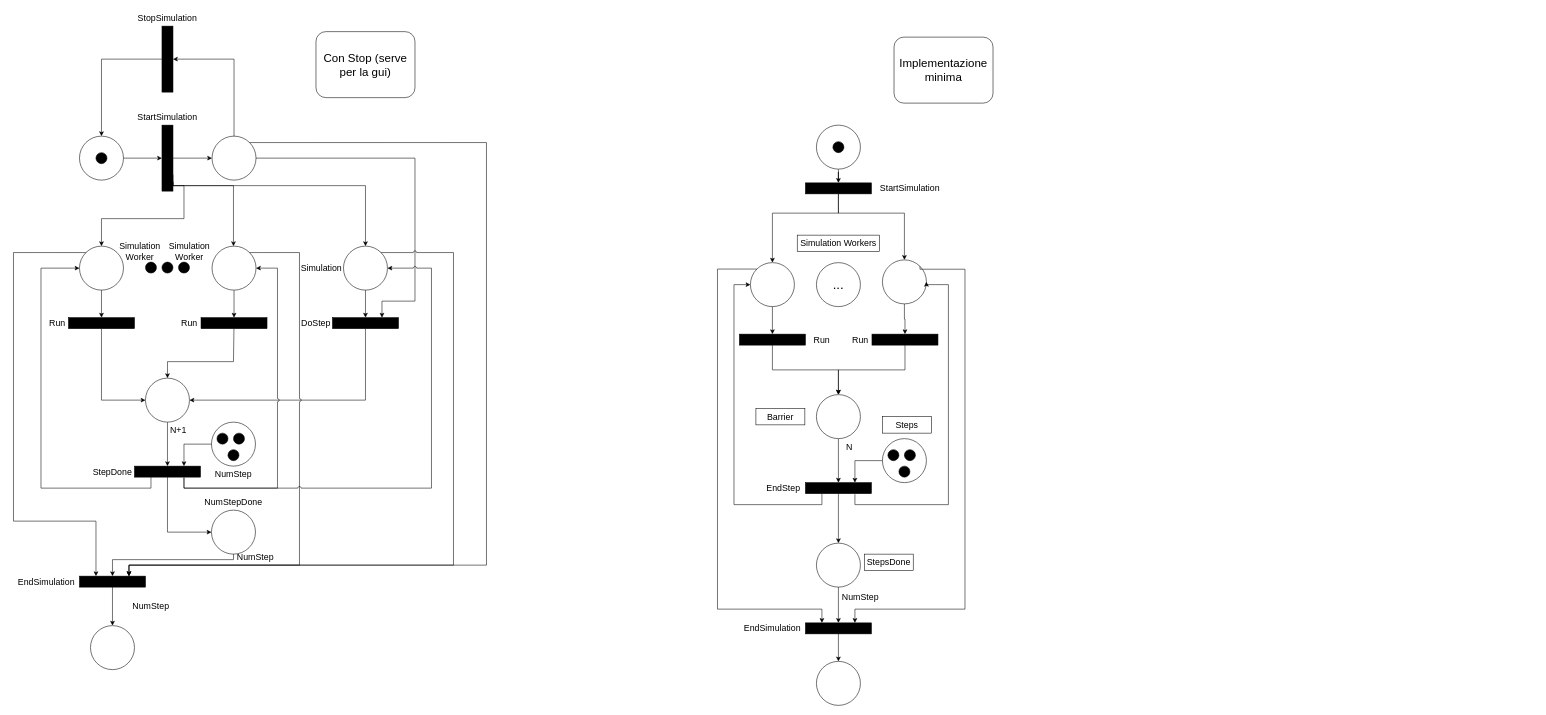
The draw.io diagram page "petrinet" (2 of 3) of PCD_ASS01.drawio in zucchero-sintattico/PCD-ASS02-23-24, before the edit. Source tidied: cells renumbered, new cells numbered last; positions are measured from the earlier drawing's top-left corner, leaving out a move shared by most shapes. Both pictures are drawn from the tidied source at 55%, with x=0, y=0 at pixel (13, 9).
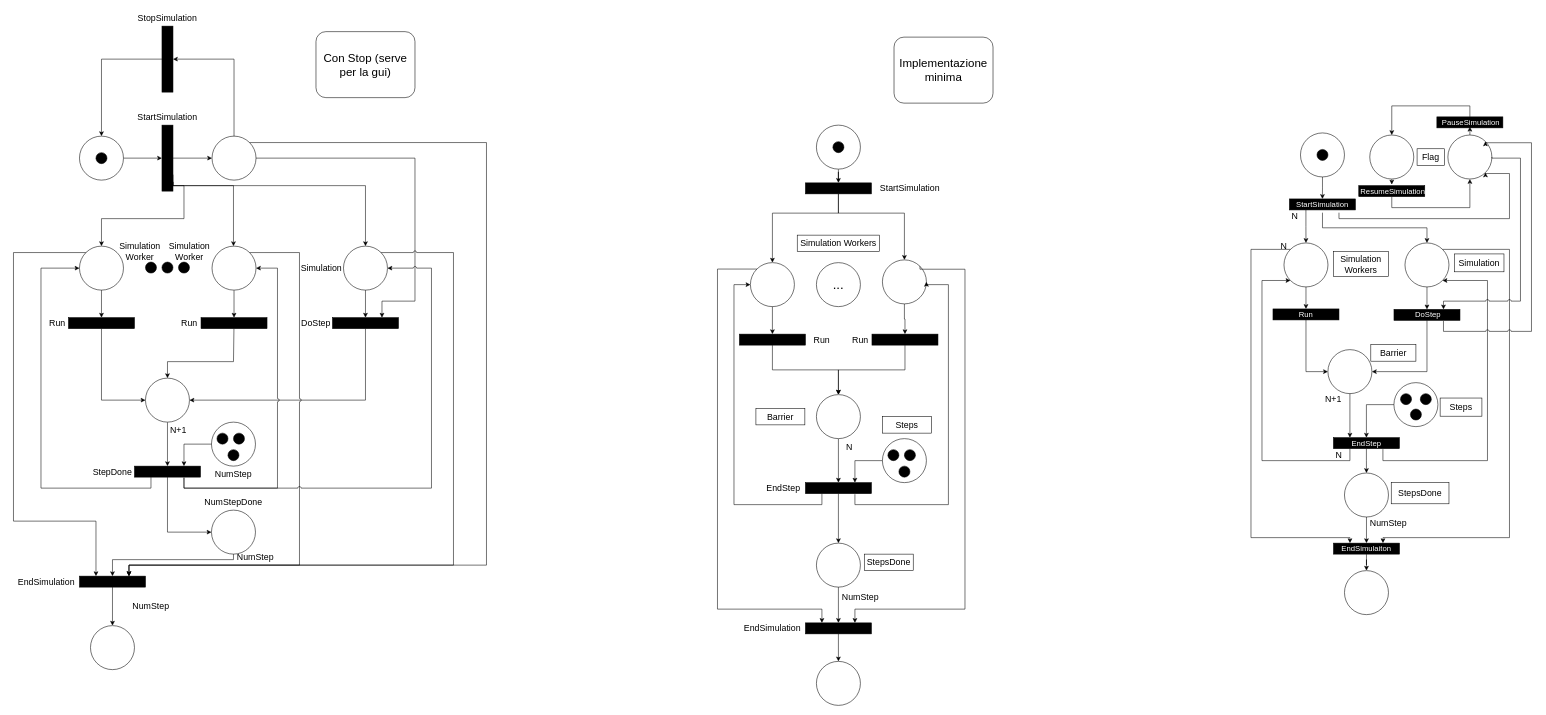
The same page after the edit.

What changed in the source:
```diff
@@
+    <mxCell id="112" style="edgeStyle=orthogonalEdgeStyle;rounded=0;jettySize=auto;html=1;" parent="1" edge="1" source="113" target="118">
+      <mxGeometry relative="1" as="geometry" />
+    </mxCell>
+    <mxCell id="113" style="ellipse;whiteSpace=wrap;html=1;" parent="1" vertex="1">
+      <mxGeometry x="2340" y="224.2" width="80" height="80" as="geometry" />
+    </mxCell>
+    <mxCell id="114" style="ellipse;whiteSpace=wrap;html=1;fillColor=#000000;" parent="1" vertex="1">
+      <mxGeometry x="2370" y="254.2" width="20" height="20" as="geometry" />
+    </mxCell>
+    <mxCell id="115" style="edgeStyle=orthogonalEdgeStyle;rounded=0;jettySize=auto;html=1;entryX=1;entryY=1;entryDx=0;entryDy=0;exitX=1;exitY=1;exitDx=0;exitDy=0;" parent="1" edge="1" source="119" target="120">
+      <mxGeometry relative="1" as="geometry">
+        <Array as="points">
+          <mxPoint x="2410" y="380" />
+          <mxPoint x="2720" y="380" />
+          <mxPoint x="2720" y="298" />
+        </Array>
+      </mxGeometry>
+    </mxCell>
+    <mxCell id="116" style="edgeStyle=orthogonalEdgeStyle;rounded=0;jettySize=auto;html=1;exitX=0.5;exitY=1;exitDx=0;exitDy=0;entryX=0.5;entryY=0;entryDx=0;entryDy=0;" parent="1" edge="1" source="119" target="123">
+      <mxGeometry relative="1" as="geometry" />
+    </mxCell>
+    <mxCell id="117" style="edgeStyle=orthogonalEdgeStyle;rounded=0;jettySize=auto;html=1;exitX=1;exitY=0.75;exitDx=0;exitDy=0;exitPerimeter=0;entryX=0.5;entryY=0;entryDx=0;entryDy=0;" parent="1" edge="1" source="118" target="121">
+      <mxGeometry relative="1" as="geometry" />
+    </mxCell>
+    <mxCell id="118" style="rounded=0;whiteSpace=wrap;html=1;fillColor=#000000;points=[[0,0,0,0,0],[0,0.25,0,0,0],[0,0.5,0,0,0],[0,0.58,0,-8,0],[0,0.75,0,0,0],[0,1,0,0,0],[0.25,0,0,0,0],[0.25,1,0,0,0],[0.5,0,0,0,0],[0.5,1,0,0,0],[0.75,0,0,0,0],[0.75,1,0,0,0],[1,0,0,0,0],[1,0.25,0,1,0],[1,0.5,0,0,0],[1,0.75,0,0,0],[1,0.86,0,0,0],[1,1,0,0,0]];rotation=90;" parent="1" vertex="1">
+      <mxGeometry x="2369.9" y="294.2" width="20" height="120" as="geometry" />
+    </mxCell>
+    <mxCell id="119" value="&lt;font color=&quot;#ffffff&quot; style=&quot;font-size: 14px;&quot;&gt;StartSimulation&lt;/font&gt;" style="text;html=1;align=center;verticalAlign=middle;whiteSpace=wrap;rounded=0;fillColor=none;" parent="1" vertex="1">
+      <mxGeometry x="2350" y="339.2" width="60" height="30" as="geometry" />
+    </mxCell>
+    <mxCell id="120" style="ellipse;whiteSpace=wrap;html=1;" parent="1" vertex="1">
+      <mxGeometry x="2608" y="228" width="80" height="80" as="geometry" />
+    </mxCell>
+    <mxCell id="121" style="ellipse;whiteSpace=wrap;html=1;" parent="1" vertex="1">
+      <mxGeometry x="2310" y="424.2" width="80" height="80" as="geometry" />
+    </mxCell>
+    <mxCell id="122" style="edgeStyle=orthogonalEdgeStyle;rounded=0;jettySize=auto;html=1;exitX=0.5;exitY=1;exitDx=0;exitDy=0;entryX=0;entryY=0.5;entryDx=0;entryDy=0;entryPerimeter=0;" parent="1" edge="1" source="123" target="131">
+      <mxGeometry relative="1" as="geometry" />
+    </mxCell>
+    <mxCell id="123" style="ellipse;whiteSpace=wrap;html=1;" parent="1" vertex="1">
+      <mxGeometry x="2530" y="424.2" width="80" height="80" as="geometry" />
+    </mxCell>
+    <mxCell id="124" style="edgeStyle=orthogonalEdgeStyle;rounded=0;jettySize=auto;html=1;exitX=0;exitY=0.5;exitDx=0;exitDy=0;exitPerimeter=0;entryX=0.5;entryY=1;entryDx=0;entryDy=0;" parent="1" edge="1" source="125" target="120">
+      <mxGeometry relative="1" as="geometry" />
+    </mxCell>
+    <mxCell id="125" style="rounded=0;whiteSpace=wrap;html=1;fillColor=#000000;points=[[0,0,0,0,0],[0,0.25,0,0,0],[0,0.5,0,0,0],[0,0.58,0,-8,0],[0,0.75,0,0,0],[0,1,0,0,0],[0.25,0,0,0,0],[0.25,1,0,0,0],[0.5,0,0,0,0],[0.5,1,0,0,0],[0.75,0,0,0,0],[0.75,1,0,0,0],[1,0,0,0,0],[1,0.25,0,1,0],[1,0.5,0,0,0],[1,0.75,0,0,0],[1,0.86,0,0,0],[1,1,0,0,0]];rotation=-90;" parent="1" vertex="1">
+      <mxGeometry x="2496" y="270" width="20" height="120" as="geometry" />
+    </mxCell>
+    <mxCell id="126" style="ellipse;whiteSpace=wrap;html=1;" parent="1" vertex="1">
+      <mxGeometry x="2466" y="228" width="80" height="80" as="geometry" />
+    </mxCell>
+    <mxCell id="127" style="edgeStyle=orthogonalEdgeStyle;rounded=0;jettySize=auto;html=1;exitX=1;exitY=0.5;exitDx=0;exitDy=0;exitPerimeter=0;entryX=0;entryY=0.5;entryDx=0;entryDy=0;" parent="1" edge="1" source="128" target="133">
+      <mxGeometry relative="1" as="geometry" />
+    </mxCell>
+    <mxCell id="128" style="rounded=0;whiteSpace=wrap;html=1;fillColor=#000000;points=[[0,0,0,0,0],[0,0.25,0,0,0],[0,0.5,0,0,0],[0,0.58,0,-8,0],[0,0.75,0,0,0],[0,1,0,0,0],[0.25,0,0,0,0],[0.25,1,0,0,0],[0.5,0,0,0,0],[0.5,1,0,0,0],[0.75,0,0,0,0],[0.75,1,0,0,0],[1,0,0,0,0],[1,0.25,0,1,0],[1,0.5,0,0,0],[1,0.75,0,0,0],[1,0.86,0,0,0],[1,1,0,0,0]];rotation=90;" parent="1" vertex="1">
+      <mxGeometry x="2340" y="494.2" width="20" height="120" as="geometry" />
+    </mxCell>
+    <mxCell id="129" value="&lt;font color=&quot;#ffffff&quot; style=&quot;font-size: 14px;&quot;&gt;Run&lt;/font&gt;" style="text;html=1;align=center;verticalAlign=middle;whiteSpace=wrap;rounded=0;fillColor=none;" parent="1" vertex="1">
+      <mxGeometry x="2320" y="539.2" width="60" height="30" as="geometry" />
+    </mxCell>
+    <mxCell id="130" style="edgeStyle=orthogonalEdgeStyle;rounded=0;jettySize=auto;html=1;exitX=1;exitY=0.5;exitDx=0;exitDy=0;exitPerimeter=0;entryX=1;entryY=0.5;entryDx=0;entryDy=0;" parent="1" edge="1" source="131" target="133">
+      <mxGeometry relative="1" as="geometry" />
+    </mxCell>
+    <mxCell id="131" style="rounded=0;whiteSpace=wrap;html=1;fillColor=#000000;points=[[0,0,0,0,0],[0,0.25,0,0,0],[0,0.5,0,0,0],[0,0.58,0,-8,0],[0,0.75,0,0,0],[0,1,0,0,0],[0.25,0,0,0,0],[0.25,1,0,0,0],[0.5,0,0,0,0],[0.5,1,0,0,0],[0.75,0,0,0,0],[0.75,1,0,0,0],[1,0,0,0,0],[1,0.25,0,1,0],[1,0.5,0,0,0],[1,0.75,0,0,0],[1,0.86,0,0,0],[1,1,0,0,0]];rotation=90;" parent="1" vertex="1">
+      <mxGeometry x="2560" y="495" width="20" height="120" as="geometry" />
+    </mxCell>
+    <mxCell id="132" style="edgeStyle=orthogonalEdgeStyle;rounded=0;jettySize=auto;html=1;entryX=0;entryY=0.5;entryDx=0;entryDy=0;entryPerimeter=0;" parent="1" edge="1" source="121" target="128">
+      <mxGeometry relative="1" as="geometry" />
+    </mxCell>
+    <mxCell id="133" style="ellipse;whiteSpace=wrap;html=1;" parent="1" vertex="1">
+      <mxGeometry x="2389.9" y="618.2" width="80" height="80" as="geometry" />
+    </mxCell>
+    <mxCell id="134" style="edgeStyle=orthogonalEdgeStyle;rounded=0;jettySize=auto;html=1;entryX=0.5;entryY=0;entryDx=0;entryDy=0;" parent="1" edge="1" source="137" target="142">
+      <mxGeometry relative="1" as="geometry" />
+    </mxCell>
+    <mxCell id="135" style="edgeStyle=orthogonalEdgeStyle;rounded=0;jettySize=auto;html=1;exitX=1;exitY=0.75;exitDx=0;exitDy=0;exitPerimeter=0;entryX=0;entryY=1;entryDx=0;entryDy=0;" parent="1" edge="1" source="137" target="121">
+      <mxGeometry relative="1" as="geometry">
+        <Array as="points">
+          <mxPoint x="2430" y="820" />
+          <mxPoint x="2270" y="820" />
+          <mxPoint x="2270" y="493" />
+        </Array>
+      </mxGeometry>
+    </mxCell>
+    <mxCell id="136" style="edgeStyle=orthogonalEdgeStyle;rounded=0;jettySize=auto;html=1;exitX=1;exitY=0.25;exitDx=1;exitDy=0;exitPerimeter=0;entryX=1;entryY=1;entryDx=0;entryDy=0;" parent="1" edge="1" source="137" target="123">
+      <mxGeometry relative="1" as="geometry">
+        <Array as="points">
+          <mxPoint x="2490" y="820" />
+          <mxPoint x="2680" y="820" />
+          <mxPoint x="2680" y="493" />
+        </Array>
+      </mxGeometry>
+    </mxCell>
+    <mxCell id="137" style="rounded=0;whiteSpace=wrap;html=1;fillColor=#000000;points=[[0,0,0,0,0],[0,0.25,0,0,0],[0,0.5,0,0,0],[0,0.58,0,-8,0],[0,0.75,0,0,0],[0,1,0,0,0],[0.25,0,0,0,0],[0.25,1,0,0,0],[0.5,0,0,0,0],[0.5,1,0,0,0],[0.75,0,0,0,0],[0.75,1,0,0,0],[1,0,0,0,0],[1,0.25,0,1,0],[1,0.5,0,0,0],[1,0.75,0,0,0],[1,0.86,0,0,0],[1,1,0,0,0]];rotation=90;" parent="1" vertex="1">
+      <mxGeometry x="2449.9" y="728.2" width="20" height="120" as="geometry" />
+    </mxCell>
+    <mxCell id="138" style="edgeStyle=orthogonalEdgeStyle;rounded=0;jettySize=auto;html=1;entryX=0;entryY=0.75;entryDx=0;entryDy=0;entryPerimeter=0;" parent="1" edge="1" source="133" target="137">
+      <mxGeometry relative="1" as="geometry" />
+    </mxCell>
+    <mxCell id="139" style="ellipse;whiteSpace=wrap;html=1;" parent="1" vertex="1">
+      <mxGeometry x="2509.9" y="678.2" width="80" height="80" as="geometry" />
+    </mxCell>
+    <mxCell id="140" style="edgeStyle=orthogonalEdgeStyle;rounded=0;jettySize=auto;html=1;entryX=0;entryY=0.5;entryDx=0;entryDy=0;entryPerimeter=0;" parent="1" edge="1" source="139" target="137">
+      <mxGeometry relative="1" as="geometry">
+        <Array as="points">
+          <mxPoint x="2459.9" y="718.2" />
+        </Array>
+      </mxGeometry>
+    </mxCell>
+    <mxCell id="141" style="edgeStyle=orthogonalEdgeStyle;rounded=0;jettySize=auto;html=1;exitX=0.5;exitY=1;exitDx=0;exitDy=0;" parent="1" edge="1" source="142" target="144">
+      <mxGeometry relative="1" as="geometry" />
+    </mxCell>
+    <mxCell id="142" style="ellipse;whiteSpace=wrap;html=1;" parent="1" vertex="1">
+      <mxGeometry x="2420" y="842.5" width="80" height="80" as="geometry" />
+    </mxCell>
+    <mxCell id="143" style="edgeStyle=orthogonalEdgeStyle;rounded=0;jettySize=auto;html=1;" parent="1" edge="1" source="144" target="146">
+      <mxGeometry relative="1" as="geometry" />
+    </mxCell>
+    <mxCell id="144" style="rounded=0;whiteSpace=wrap;html=1;fillColor=#000000;points=[[0,0,0,0,0],[0,0.25,0,0,0],[0,0.5,0,0,0],[0,0.58,0,-8,0],[0,0.75,0,0,0],[0,1,0,0,0],[0.25,0,0,0,0],[0.25,1,0,0,0],[0.5,0,0,0,0],[0.5,1,0,0,0],[0.75,0,0,0,0],[0.75,1,0,0,0],[1,0,0,0,0],[1,0.25,0,1,0],[1,0.5,0,0,0],[1,0.75,0,0,0],[1,0.86,0,0,0],[1,1,0,0,0]];rotation=90;" parent="1" vertex="1">
+      <mxGeometry x="2450" y="920" width="20" height="120" as="geometry" />
+    </mxCell>
+    <mxCell id="145" style="edgeStyle=orthogonalEdgeStyle;rounded=0;jettySize=auto;html=1;exitX=0;exitY=0;exitDx=0;exitDy=0;entryX=0;entryY=0.75;entryDx=0;entryDy=0;entryPerimeter=0;" parent="1" edge="1" source="121" target="144">
+      <mxGeometry relative="1" as="geometry">
+        <Array as="points">
+          <mxPoint x="2250" y="436" />
+          <mxPoint x="2250" y="960" />
+          <mxPoint x="2430" y="960" />
+        </Array>
+      </mxGeometry>
+    </mxCell>
+    <mxCell id="146" style="ellipse;whiteSpace=wrap;html=1;" parent="1" vertex="1">
+      <mxGeometry x="2420" y="1020" width="80" height="80" as="geometry" />
+    </mxCell>
+    <mxCell id="147" value="&lt;font color=&quot;#ffffff&quot; style=&quot;font-size: 14px;&quot;&gt;EndStep&lt;/font&gt;" style="text;html=1;align=center;verticalAlign=middle;whiteSpace=wrap;rounded=0;fillColor=none;" parent="1" vertex="1">
+      <mxGeometry x="2429.9" y="773.2" width="60" height="30" as="geometry" />
+    </mxCell>
+    <mxCell id="148" value="&lt;font color=&quot;#ffffff&quot; style=&quot;font-size: 14px;&quot;&gt;EndSimulaiton&lt;/font&gt;" style="text;html=1;align=center;verticalAlign=middle;whiteSpace=wrap;rounded=0;fillColor=none;" parent="1" vertex="1">
+      <mxGeometry x="2430" y="965" width="60" height="30" as="geometry" />
+    </mxCell>
+    <mxCell id="149" style="ellipse;whiteSpace=wrap;html=1;fillColor=#000000;" parent="1" vertex="1">
+      <mxGeometry x="2521.9" y="698.2" width="20" height="20" as="geometry" />
+    </mxCell>
+    <mxCell id="150" style="ellipse;whiteSpace=wrap;html=1;fillColor=#000000;" parent="1" vertex="1">
+      <mxGeometry x="2557.9" y="698.2" width="20" height="20" as="geometry" />
+    </mxCell>
+    <mxCell id="151" style="ellipse;whiteSpace=wrap;html=1;fillColor=#000000;" parent="1" vertex="1">
+      <mxGeometry x="2539.9" y="726.2" width="20" height="20" as="geometry" />
+    </mxCell>
+    <mxCell id="152" value="&lt;span style=&quot;font-size: 16px;&quot;&gt;N&lt;/span&gt;" style="text;html=1;align=center;verticalAlign=middle;whiteSpace=wrap;rounded=0;" parent="1" vertex="1">
+      <mxGeometry x="2300" y="360" width="60" height="30" as="geometry" />
+    </mxCell>
+    <mxCell id="153" value="&lt;span style=&quot;font-size: 16px;&quot;&gt;N+1&lt;/span&gt;" style="text;html=1;align=center;verticalAlign=middle;whiteSpace=wrap;rounded=0;" parent="1" vertex="1">
+      <mxGeometry x="2369.9" y="693.2" width="60" height="30" as="geometry" />
+    </mxCell>
+    <mxCell id="154" value="&lt;span style=&quot;font-size: 16px;&quot;&gt;N&lt;/span&gt;" style="text;html=1;align=center;verticalAlign=middle;whiteSpace=wrap;rounded=0;" parent="1" vertex="1">
+      <mxGeometry x="2379.8" y="794.2" width="60" height="30" as="geometry" />
+    </mxCell>
+    <mxCell id="155" value="&lt;span style=&quot;font-size: 16px;&quot;&gt;NumStep&lt;/span&gt;" style="text;html=1;align=center;verticalAlign=middle;whiteSpace=wrap;rounded=0;" parent="1" vertex="1">
+      <mxGeometry x="2470.1" y="919.2" width="59.8" height="28.2" as="geometry" />
+    </mxCell>
+    <mxCell id="156" value="&lt;span style=&quot;font-size: 16px;&quot;&gt;N&lt;/span&gt;" style="text;html=1;align=center;verticalAlign=middle;whiteSpace=wrap;rounded=0;" parent="1" vertex="1">
+      <mxGeometry x="2280" y="414.2" width="60" height="30" as="geometry" />
+    </mxCell>
+    <mxCell id="157" value="&lt;span style=&quot;font-size: 16px;&quot;&gt;Simulation&lt;/span&gt;" style="text;html=1;align=center;verticalAlign=middle;whiteSpace=wrap;rounded=0;fillColor=none;strokeColor=default;" parent="1" vertex="1">
+      <mxGeometry x="2620" y="444.2" width="90" height="32.5" as="geometry" />
+    </mxCell>
+    <mxCell id="158" value="&lt;font style=&quot;font-size: 16px;&quot;&gt;Barrier&lt;/font&gt;" style="text;html=1;align=center;verticalAlign=middle;whiteSpace=wrap;rounded=0;fillColor=none;strokeColor=default;" parent="1" vertex="1">
+      <mxGeometry x="2467.9" y="609.2" width="82" height="30" as="geometry" />
+    </mxCell>
+    <mxCell id="159" value="&lt;font style=&quot;font-size: 16px;&quot;&gt;Steps&lt;/font&gt;" style="text;html=1;align=center;verticalAlign=middle;whiteSpace=wrap;rounded=0;fillColor=none;strokeColor=default;" parent="1" vertex="1">
+      <mxGeometry x="2593.9" y="706.2" width="76" height="33" as="geometry" />
+    </mxCell>
+    <mxCell id="160" value="&lt;font style=&quot;font-size: 16px;&quot;&gt;StepsDone&lt;/font&gt;" style="text;html=1;align=center;verticalAlign=middle;whiteSpace=wrap;rounded=0;fillColor=none;strokeColor=default;" parent="1" vertex="1">
+      <mxGeometry x="2505" y="860" width="105" height="38.5" as="geometry" />
+    </mxCell>
+    <mxCell id="161" value="&lt;font style=&quot;font-size: 16px;&quot;&gt;Simulation Workers&lt;/font&gt;" style="text;html=1;align=center;verticalAlign=middle;whiteSpace=wrap;rounded=0;fillColor=none;strokeColor=default;" parent="1" vertex="1">
+      <mxGeometry x="2400" y="440" width="100" height="45" as="geometry" />
+    </mxCell>
+    <mxCell id="162" value="&lt;span style=&quot;font-size: 16px;&quot;&gt;Flag&lt;/span&gt;" style="text;html=1;align=center;verticalAlign=middle;whiteSpace=wrap;rounded=0;fillColor=none;strokeColor=default;" parent="1" vertex="1">
+      <mxGeometry x="2552" y="253" width="50" height="30" as="geometry" />
+    </mxCell>
+    <mxCell id="163" style="edgeStyle=orthogonalEdgeStyle;rounded=0;jettySize=auto;html=1;exitX=1;exitY=0;exitDx=0;exitDy=0;entryX=0;entryY=0.25;entryDx=0;entryDy=0;entryPerimeter=0;" parent="1" edge="1" source="123" target="144">
+      <mxGeometry relative="1" as="geometry">
+        <Array as="points">
+          <mxPoint x="2720" y="436" />
+          <mxPoint x="2720" y="960" />
+          <mxPoint x="2490" y="960" />
+        </Array>
+      </mxGeometry>
+    </mxCell>
+    <mxCell id="164" style="edgeStyle=orthogonalEdgeStyle;rounded=0;jettySize=auto;html=1;exitX=1;exitY=0.5;exitDx=0;exitDy=0;exitPerimeter=0;entryX=0.5;entryY=0;entryDx=0;entryDy=0;" parent="1" edge="1" source="165" target="126">
+      <mxGeometry relative="1" as="geometry" />
+    </mxCell>
+    <mxCell id="165" style="rounded=0;whiteSpace=wrap;html=1;fillColor=#000000;points=[[0,0,0,0,0],[0,0.25,0,0,0],[0,0.5,0,0,0],[0,0.58,0,-8,0],[0,0.75,0,0,0],[0,1,0,0,0],[0.25,0,0,0,0],[0.25,1,0,0,0],[0.5,0,0,0,0],[0.5,1,0,0,0],[0.75,0,0,0,0],[0.75,1,0,0,0],[1,0,0,0,0],[1,0.25,0,1,0],[1,0.5,0,0,0],[1,0.75,0,0,0],[1,0.86,0,0,0],[1,1,0,0,0]];rotation=-90;" parent="1" vertex="1">
+      <mxGeometry x="2638" y="145" width="20" height="120" as="geometry" />
+    </mxCell>
+    <mxCell id="166" style="edgeStyle=orthogonalEdgeStyle;rounded=0;jettySize=auto;html=1;exitX=1;exitY=0.5;exitDx=0;exitDy=0;entryX=0;entryY=0.25;entryDx=0;entryDy=0;entryPerimeter=0;jumpStyle=arc;" parent="1" edge="1" source="120" target="131">
+      <mxGeometry relative="1" as="geometry">
+        <Array as="points">
+          <mxPoint x="2740" y="270" />
+          <mxPoint x="2740" y="530" />
+          <mxPoint x="2600" y="530" />
+        </Array>
+      </mxGeometry>
+    </mxCell>
+    <mxCell id="167" style="edgeStyle=orthogonalEdgeStyle;rounded=0;jettySize=auto;html=1;exitX=0.5;exitY=1;exitDx=0;exitDy=0;entryX=1;entryY=0.5;entryDx=0;entryDy=0;entryPerimeter=0;" parent="1" edge="1" source="126">
+      <mxGeometry relative="1" as="geometry">
+        <mxPoint x="2506" y="318" as="targetPoint" />
+      </mxGeometry>
+    </mxCell>
+    <mxCell id="168" style="edgeStyle=orthogonalEdgeStyle;rounded=0;jettySize=auto;html=1;exitX=0.5;exitY=0;exitDx=0;exitDy=0;entryX=0;entryY=0.5;entryDx=0;entryDy=0;entryPerimeter=0;" parent="1" edge="1" source="120">
+      <mxGeometry relative="1" as="geometry">
+        <mxPoint x="2648" y="213" as="targetPoint" />
+      </mxGeometry>
+    </mxCell>
+    <mxCell id="169" value="&lt;font color=&quot;#ffffff&quot; style=&quot;font-size: 14px;&quot;&gt;DoStep&lt;/font&gt;" style="text;html=1;align=center;verticalAlign=middle;whiteSpace=wrap;rounded=0;fillColor=none;" parent="1" vertex="1">
+      <mxGeometry x="2542" y="540" width="60" height="30" as="geometry" />
+    </mxCell>
+    <mxCell id="170" style="edgeStyle=orthogonalEdgeStyle;rounded=0;jettySize=auto;html=1;exitX=1;exitY=0.25;exitDx=1;exitDy=0;exitPerimeter=0;entryX=1;entryY=0;entryDx=0;entryDy=0;jumpStyle=arc;" parent="1" edge="1" source="131" target="120">
+      <mxGeometry relative="1" as="geometry">
+        <Array as="points">
+          <mxPoint x="2600" y="585" />
+          <mxPoint x="2760" y="585" />
+          <mxPoint x="2760" y="242" />
+        </Array>
+      </mxGeometry>
+    </mxCell>
+    <mxCell id="171" value="&lt;font color=&quot;#ffffff&quot; style=&quot;font-size: 14px;&quot;&gt;PauseSimulation&lt;/font&gt;" style="text;html=1;align=center;verticalAlign=middle;whiteSpace=wrap;rounded=0;fillColor=none;" parent="1" vertex="1">
+      <mxGeometry x="2620" y="190" width="60" height="30" as="geometry" />
+    </mxCell>
+    <mxCell id="172" value="&lt;font color=&quot;#ffffff&quot; style=&quot;font-size: 14px;&quot;&gt;ResumeSimulation&lt;/font&gt;" style="text;html=1;align=center;verticalAlign=middle;whiteSpace=wrap;rounded=0;fillColor=none;" parent="1" vertex="1">
+      <mxGeometry x="2478" y="315" width="60" height="30" as="geometry" />
+    </mxCell>
```
